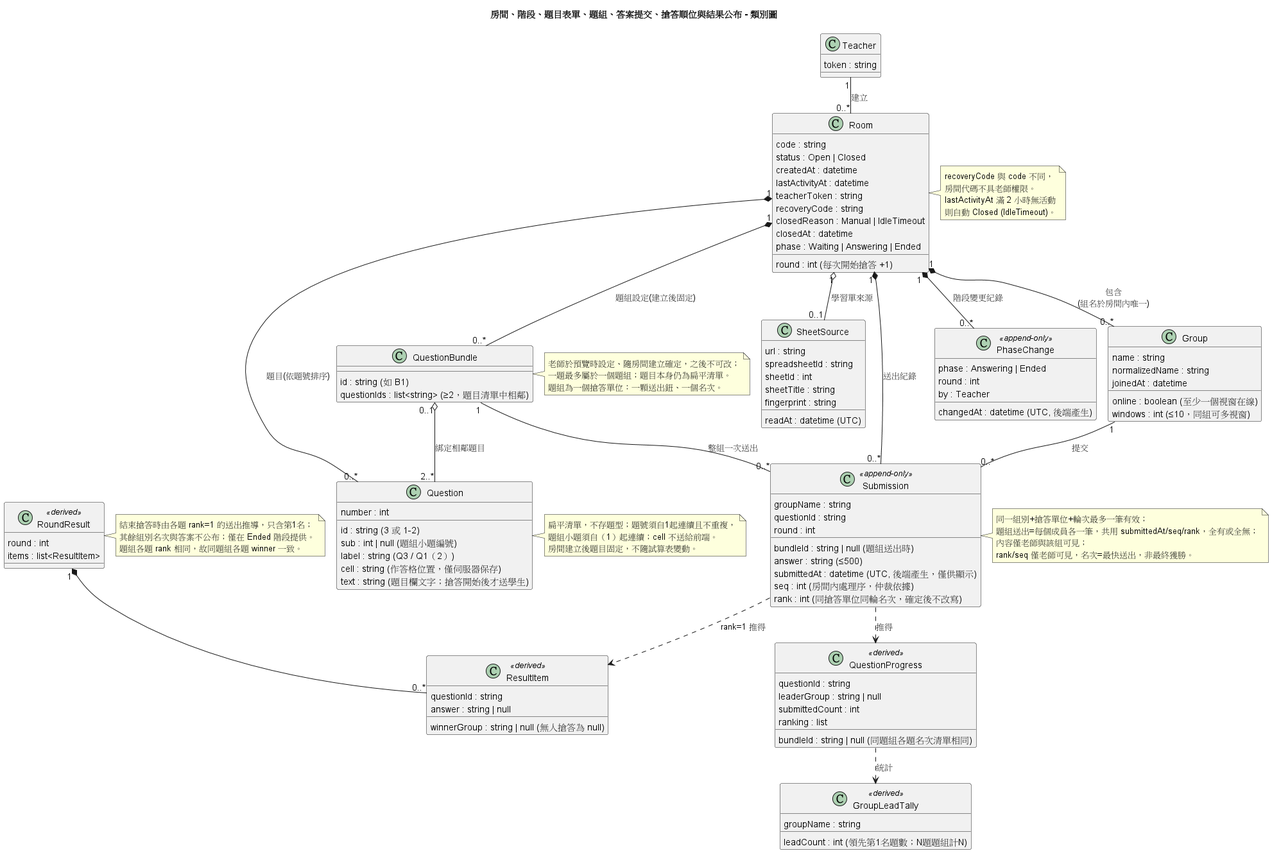
Above: diagrams/class.png in lin900822/ncu-se-final (PlantUML), before the change.
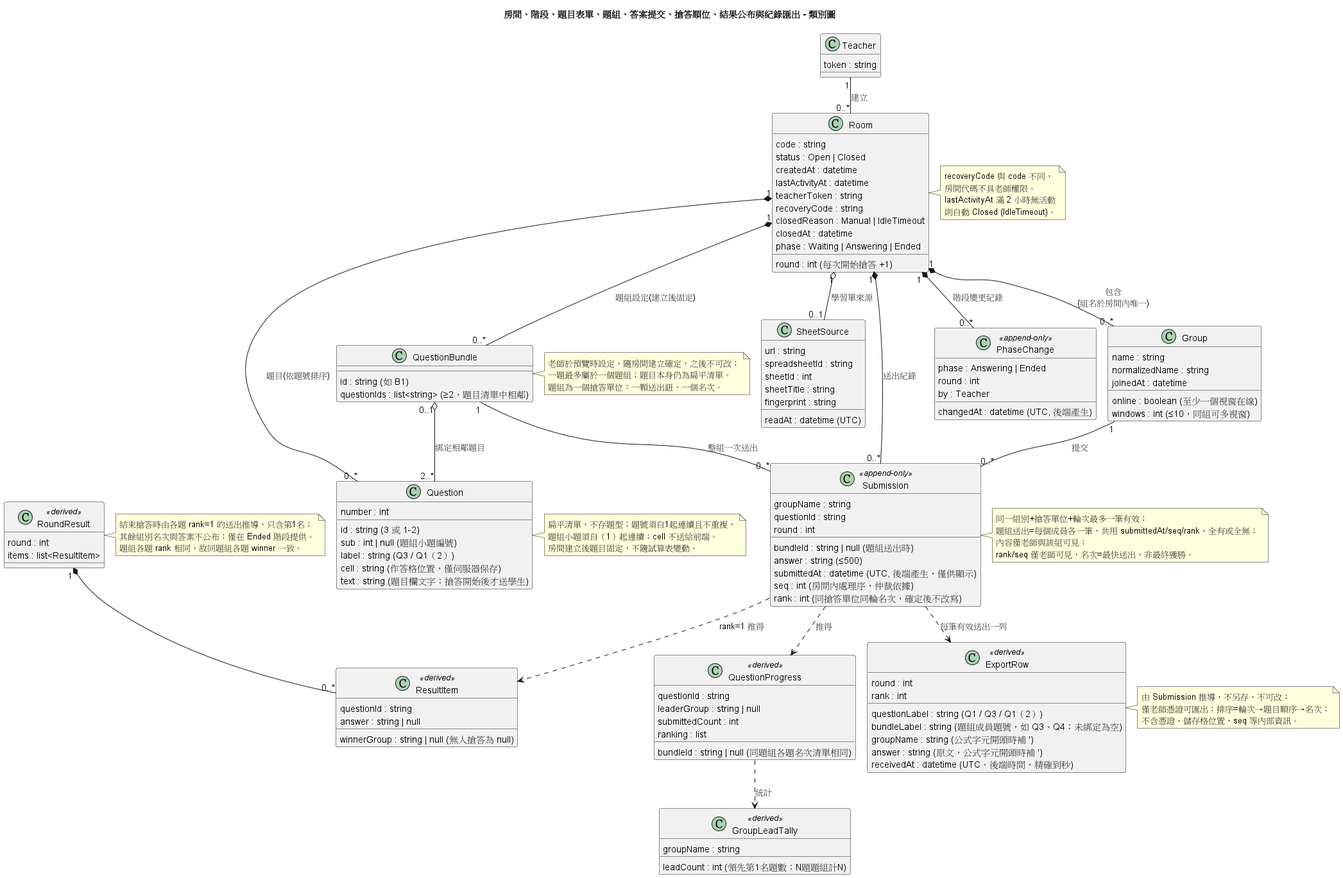
Later version of the same file.

Change to the diagram source:
```diff
@@ -1,6 +1,6 @@
 @startuml class
 !pragma layout smetana
-title 房間、階段、題目表單、題組、答案提交、搶答順位與結果公布 - 類別圖
+title 房間、階段、題目表單、題組、答案提交、搶答順位、結果公布與紀錄匯出 - 類別圖
 class Room {
   code : string
   status : Open | Closed
@@ -84,6 +84,20 @@
   其餘組別名次與答案不公布；僅在 Ended 階段提供。
   題組各題 rank 相同，故同題組各題 winner 一致。
 end note
+class ExportRow <<derived>> {
+  round : int
+  questionLabel : string (Q1 / Q3 / Q1（2）)
+  bundleLabel : string (題組成員題號，如 Q3、Q4；未綁定為空)
+  groupName : string (公式字元開頭時補 ')
+  answer : string (原文，公式字元開頭時補 ')
+  receivedAt : datetime (UTC，後端時間，精確到秒)
+  rank : int
+}
+note right of ExportRow
+  由 Submission 推導，不另存、不可改；
+  僅老師憑證可匯出；排序=輪次→題目順序→名次；
+  不含憑證、儲存格位置、seq 等內部資訊。
+end note
 class PhaseChange <<append-only>> {
   phase : Answering | Ended
   round : int
@@ -111,6 +125,7 @@
 Room "1" *-- "0..*" Submission : 送出紀錄
 Group "1" -- "0..*" Submission : 提交
 Submission ..> QuestionProgress : 推得
+Submission ..> ExportRow : 每筆有效送出一列
 Submission ..> ResultItem : rank=1 推得
 RoundResult "1" *-- "0..*" ResultItem
 QuestionProgress ..> GroupLeadTally : 統計
```
